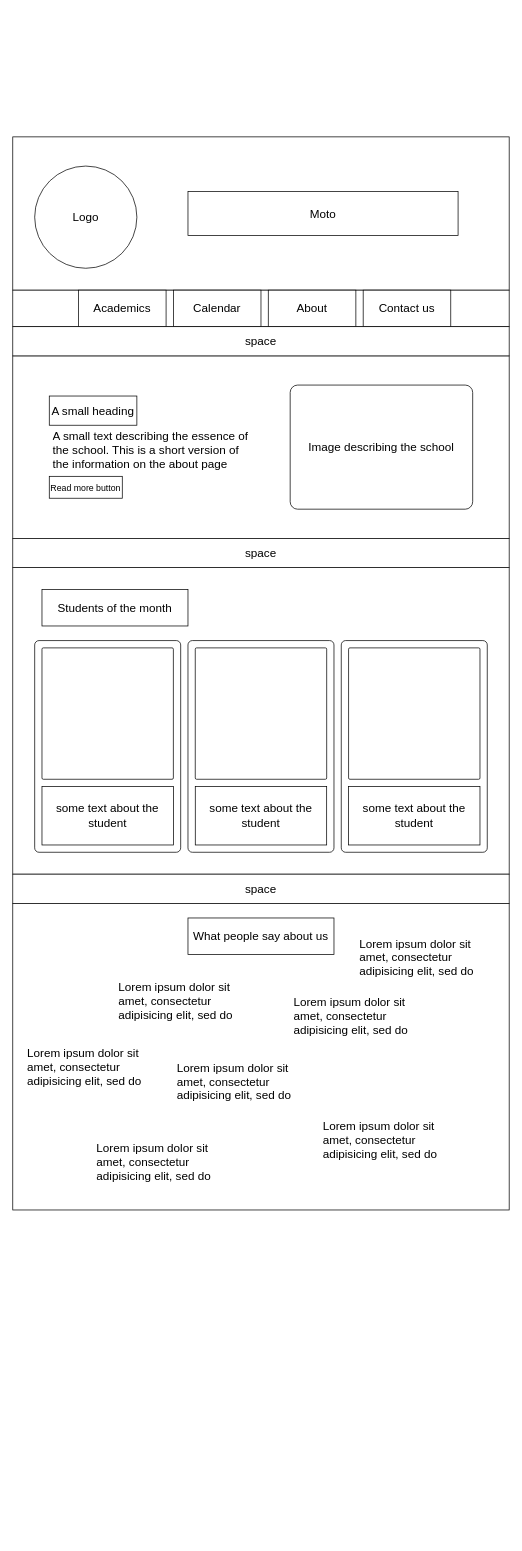
Before: design/homepage_wireframe.drawio in sami-bre/UGR-0848-13, a draw.io diagram. Source tidied: cells renumbered, new cells numbered last; positions are measured from the earlier drawing's top-left corner, leaving out a move shared by most shapes. Both pictures are drawn from the tidied source at 73%, with x=0, y=0 at pixel (12, 137).
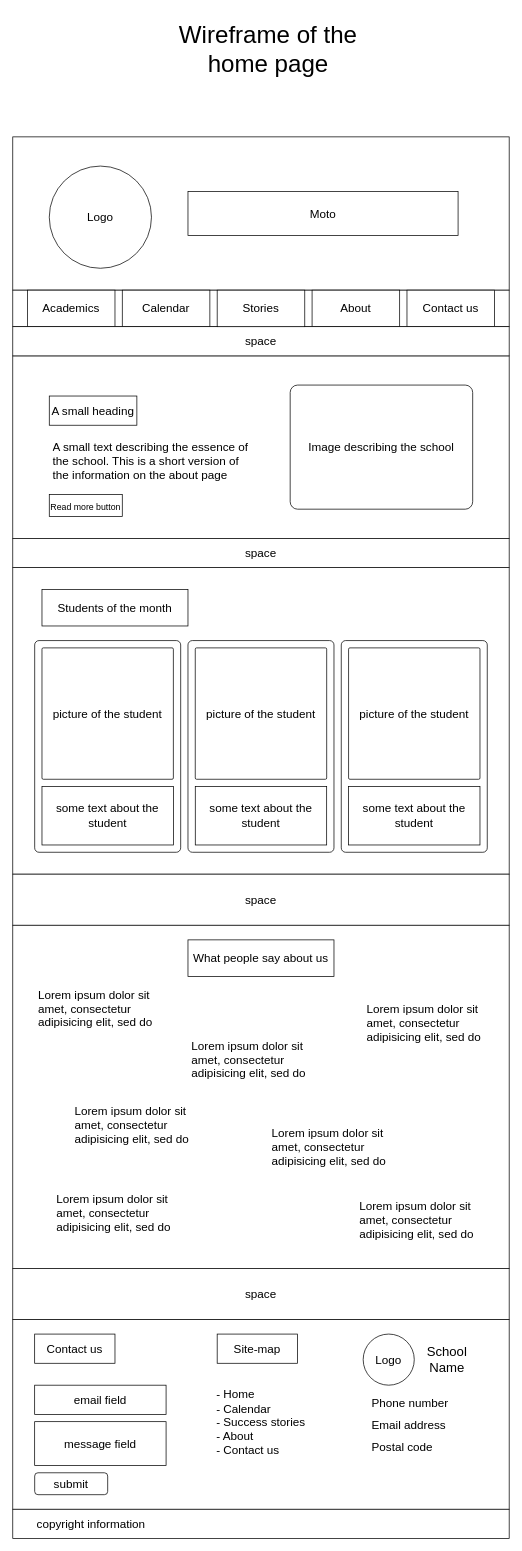
The same page after the edit.

What changed in the source:
```diff
@@
     <mxCell id="3" value="&lt;font style=&quot;font-size: 16px;&quot;&gt;Logo&lt;/font&gt;" style="ellipse;whiteSpace=wrap;html=1;" parent="1" vertex="1">
-      <mxGeometry x="30" y="40" width="140" height="140" as="geometry" />
+      <mxGeometry x="50" y="40" width="140" height="140" as="geometry" />
     </mxCell>
@@
     <mxCell id="6" value="Academics" style="rounded=0;whiteSpace=wrap;html=1;fontSize=16;" parent="1" vertex="1">
-      <mxGeometry x="90" y="210" width="120" height="50" as="geometry" />
+      <mxGeometry x="20" y="210" width="120" height="50" as="geometry" />
     </mxCell>
     <mxCell id="7" value="Calendar" style="rounded=0;whiteSpace=wrap;html=1;fontSize=16;" parent="1" vertex="1">
-      <mxGeometry x="220" y="210" width="120" height="50" as="geometry" />
+      <mxGeometry x="150" y="210" width="120" height="50" as="geometry" />
     </mxCell>
     <mxCell id="8" value="About" style="rounded=0;whiteSpace=wrap;html=1;fontSize=16;" parent="1" vertex="1">
-      <mxGeometry x="350" y="210" width="120" height="50" as="geometry" />
+      <mxGeometry x="410" y="210" width="120" height="50" as="geometry" />
     </mxCell>
     <mxCell id="9" value="Contact us" style="rounded=0;whiteSpace=wrap;html=1;fontSize=16;" parent="1" vertex="1">
-      <mxGeometry x="480" y="210" width="120" height="50" as="geometry" />
+      <mxGeometry x="540" y="210" width="120" height="50" as="geometry" />
     </mxCell>
@@
     <mxCell id="13" value="&lt;p&gt;A small text describing the essence of the school. This is a short version of the information on the about page&lt;br&gt;&lt;/p&gt;" style="text;html=1;strokeColor=none;fillColor=none;spacing=5;spacingTop=-20;whiteSpace=wrap;overflow=hidden;rounded=0;fontSize=16;" parent="1" vertex="1">
-      <mxGeometry x="50" y="395" width="280" height="70" as="geometry" />
+      <mxGeometry x="50" y="410" width="280" height="70" as="geometry" />
     </mxCell>
@@
     <mxCell id="15" value="&lt;font style=&quot;font-size: 12px;&quot;&gt;Read more button&lt;/font&gt;" style="rounded=0;whiteSpace=wrap;html=1;fontSize=16;" parent="1" vertex="1">
-      <mxGeometry x="50" y="465" width="100" height="30" as="geometry" />
+      <mxGeometry x="50" y="490" width="100" height="30" as="geometry" />
     </mxCell>
@@
-    <mxCell id="20" style="rounded=1;whiteSpace=wrap;html=1;fontSize=16;arcSize=1;" parent="1" vertex="1">
+    <mxCell id="20" value="picture of the student" style="rounded=1;whiteSpace=wrap;html=1;fontSize=16;arcSize=1;" parent="1" vertex="1">
       <mxGeometry x="40" y="700" width="180" height="180" as="geometry" />
     </mxCell>
@@
-    <mxCell id="23" style="rounded=1;whiteSpace=wrap;html=1;fontSize=16;arcSize=1;" parent="1" vertex="1">
+    <mxCell id="23" value="picture of the student" style="rounded=1;whiteSpace=wrap;html=1;fontSize=16;arcSize=1;" parent="1" vertex="1">
       <mxGeometry x="250" y="700" width="180" height="180" as="geometry" />
     </mxCell>
@@
-    <mxCell id="26" style="rounded=1;whiteSpace=wrap;html=1;fontSize=16;arcSize=1;" parent="1" vertex="1">
+    <mxCell id="26" value="picture of the student" style="rounded=1;whiteSpace=wrap;html=1;fontSize=16;arcSize=1;" parent="1" vertex="1">
       <mxGeometry x="460" y="700" width="180" height="180" as="geometry" />
     </mxCell>
@@
     <mxCell id="28" value="space" style="rounded=0;whiteSpace=wrap;html=1;fontSize=16;" parent="1" vertex="1">
-      <mxGeometry y="1010" width="680" height="40" as="geometry" />
+      <mxGeometry y="1010" width="680" height="70" as="geometry" />
     </mxCell>
     <mxCell id="29" style="rounded=0;whiteSpace=wrap;html=1;fontSize=12;" parent="1" vertex="1">
-      <mxGeometry y="1050" width="680" height="420" as="geometry" />
+      <mxGeometry y="1080" width="680" height="470" as="geometry" />
     </mxCell>
     <mxCell id="30" value="&lt;font style=&quot;font-size: 16px;&quot;&gt;What people say about us&lt;/font&gt;" style="rounded=0;whiteSpace=wrap;html=1;fontSize=12;" parent="1" vertex="1">
-      <mxGeometry x="240" y="1070" width="200" height="50" as="geometry" />
+      <mxGeometry x="240" y="1100" width="200" height="50" as="geometry" />
     </mxCell>
     <mxCell id="31" value="&lt;p&gt;Lorem ipsum dolor sit amet, consectetur adipisicing elit, sed do &lt;br&gt;&lt;/p&gt;" style="text;html=1;strokeColor=none;fillColor=none;spacing=5;spacingTop=-20;whiteSpace=wrap;overflow=hidden;rounded=0;fontSize=16;" parent="1" vertex="1">
-      <mxGeometry x="140" y="1150" width="190" height="70" as="geometry" />
+      <mxGeometry x="30" y="1160" width="190" height="70" as="geometry" />
     </mxCell>
     <mxCell id="32" value="&lt;p&gt;Lorem ipsum dolor sit amet, consectetur adipisicing elit, sed do &lt;br&gt;&lt;/p&gt;" style="text;html=1;strokeColor=none;fillColor=none;spacing=5;spacingTop=-20;whiteSpace=wrap;overflow=hidden;rounded=0;fontSize=16;" parent="1" vertex="1">
-      <mxGeometry x="220" y="1260" width="190" height="70" as="geometry" />
+      <mxGeometry x="470" y="1450" width="190" height="70" as="geometry" />
     </mxCell>
     <mxCell id="33" value="&lt;p&gt;Lorem ipsum dolor sit amet, consectetur adipisicing elit, sed do &lt;br&gt;&lt;/p&gt;" style="text;html=1;strokeColor=none;fillColor=none;spacing=5;spacingTop=-20;whiteSpace=wrap;overflow=hidden;rounded=0;fontSize=16;" parent="1" vertex="1">
-      <mxGeometry x="15" y="1240" width="190" height="70" as="geometry" />
+      <mxGeometry x="240" y="1230" width="190" height="70" as="geometry" />
     </mxCell>
-    <mxCell id="34" value="&lt;p&gt;Lorem ipsum dolor sit amet, consectetur adipisicing elit, sed do &lt;br&gt;&lt;/p&gt;" style="text;html=1;strokeColor=none;fillColor=none;spacing=5;spacingTop=-20;whiteSpace=wrap;overflow=hidden;rounded=0;fontSize=16;" parent="1" vertex="1">
-      <mxGeometry x="420" y="1340" width="190" height="70" as="geometry" />
-    </mxCell>
     <mxCell id="35" value="&lt;p&gt;Lorem ipsum dolor sit amet, consectetur adipisicing elit, sed do &lt;br&gt;&lt;/p&gt;" style="text;html=1;strokeColor=none;fillColor=none;spacing=5;spacingTop=-20;whiteSpace=wrap;overflow=hidden;rounded=0;fontSize=16;" parent="1" vertex="1">
-      <mxGeometry x="110" y="1370" width="190" height="70" as="geometry" />
+      <mxGeometry x="55" y="1440" width="190" height="70" as="geometry" />
     </mxCell>
     <mxCell id="36" value="&lt;p&gt;Lorem ipsum dolor sit amet, consectetur adipisicing elit, sed do &lt;br&gt;&lt;/p&gt;" style="text;html=1;strokeColor=none;fillColor=none;spacing=5;spacingTop=-20;whiteSpace=wrap;overflow=hidden;rounded=0;fontSize=16;" parent="1" vertex="1">
-      <mxGeometry x="470" y="1090" width="190" height="70" as="geometry" />
+      <mxGeometry x="480" y="1180" width="190" height="70" as="geometry" />
     </mxCell>
     <mxCell id="37" value="&lt;p&gt;Lorem ipsum dolor sit amet, consectetur adipisicing elit, sed do &lt;br&gt;&lt;/p&gt;" style="text;html=1;strokeColor=none;fillColor=none;spacing=5;spacingTop=-20;whiteSpace=wrap;overflow=hidden;rounded=0;fontSize=16;" parent="1" vertex="1">
-      <mxGeometry x="380" y="1170" width="190" height="70" as="geometry" />
+      <mxGeometry x="350" y="1350" width="190" height="70" as="geometry" />
     </mxCell>
+    <mxCell id="34" value="&lt;p&gt;Lorem ipsum dolor sit amet, consectetur adipisicing elit, sed do &lt;br&gt;&lt;/p&gt;" style="text;html=1;strokeColor=none;fillColor=none;spacing=5;spacingTop=-20;whiteSpace=wrap;overflow=hidden;rounded=0;fontSize=16;" parent="1" vertex="1">
+      <mxGeometry x="80" y="1320" width="190" height="70" as="geometry" />
+    </mxCell>
+    <mxCell id="38" value="space" style="rounded=0;whiteSpace=wrap;html=1;fontSize=16;" parent="1" vertex="1">
+      <mxGeometry y="1550" width="680" height="70" as="geometry" />
+    </mxCell>
+    <mxCell id="39" style="rounded=0;whiteSpace=wrap;html=1;fontSize=16;" parent="1" vertex="1">
+      <mxGeometry y="1620" width="680" height="260" as="geometry" />
+    </mxCell>
+    <mxCell id="40" value="Contact us" style="rounded=0;whiteSpace=wrap;html=1;fontSize=16;" parent="1" vertex="1">
+      <mxGeometry x="30" y="1640" width="110" height="40" as="geometry" />
+    </mxCell>
+    <mxCell id="41" value="email field" style="rounded=0;whiteSpace=wrap;html=1;fontSize=16;" parent="1" vertex="1">
+      <mxGeometry x="30" y="1710" width="180" height="40" as="geometry" />
+    </mxCell>
+    <mxCell id="42" value="message field" style="rounded=0;whiteSpace=wrap;html=1;fontSize=16;" parent="1" vertex="1">
+      <mxGeometry x="30" y="1760" width="180" height="60" as="geometry" />
+    </mxCell>
+    <mxCell id="43" value="submit" style="rounded=1;whiteSpace=wrap;html=1;fontSize=16;" parent="1" vertex="1">
+      <mxGeometry x="30" y="1830" width="100" height="30" as="geometry" />
+    </mxCell>
+    <mxCell id="44" value="Site-map" style="rounded=0;whiteSpace=wrap;html=1;fontSize=16;" parent="1" vertex="1">
+      <mxGeometry x="280" y="1640" width="110" height="40" as="geometry" />
+    </mxCell>
+    <mxCell id="45" value="&lt;div align=&quot;left&quot;&gt;- Home&lt;/div&gt;&lt;div align=&quot;left&quot;&gt;- Calendar&lt;/div&gt;&lt;div align=&quot;left&quot;&gt;- Success stories&lt;br&gt;&lt;/div&gt;&lt;div align=&quot;left&quot;&gt;- About&lt;/div&gt;&lt;div align=&quot;left&quot;&gt;- Contact us&lt;/div&gt;&lt;div&gt;&lt;br&gt;&lt;/div&gt;&lt;div&gt;&lt;br&gt;&lt;/div&gt;" style="text;html=1;strokeColor=none;fillColor=none;align=center;verticalAlign=middle;whiteSpace=wrap;rounded=0;fontSize=16;" parent="1" vertex="1">
+      <mxGeometry x="270" y="1710" width="140" height="140" as="geometry" />
+    </mxCell>
+    <mxCell id="46" value="Logo" style="ellipse;whiteSpace=wrap;html=1;fontSize=16;" parent="1" vertex="1">
+      <mxGeometry x="480" y="1640" width="70" height="70" as="geometry" />
+    </mxCell>
+    <mxCell id="47" value="&lt;font style=&quot;font-size: 18px;&quot;&gt;School Name&lt;/font&gt;" style="text;html=1;strokeColor=none;fillColor=none;align=center;verticalAlign=middle;whiteSpace=wrap;rounded=0;fontSize=16;" parent="1" vertex="1">
+      <mxGeometry x="550" y="1645" width="90" height="60" as="geometry" />
+    </mxCell>
+    <mxCell id="48" value="&lt;div align=&quot;left&quot;&gt;&lt;font style=&quot;font-size: 16px;&quot;&gt;Phone number&lt;/font&gt;&lt;/div&gt;" style="text;html=1;strokeColor=none;fillColor=none;align=left;verticalAlign=middle;whiteSpace=wrap;rounded=0;fontSize=18;" parent="1" vertex="1">
+      <mxGeometry x="490" y="1720" width="135" height="30" as="geometry" />
+    </mxCell>
+    <mxCell id="49" value="&lt;div style=&quot;font-size: 16px;&quot; align=&quot;left&quot;&gt;&lt;font style=&quot;font-size: 16px;&quot;&gt;Email address&lt;br&gt;&lt;/font&gt;&lt;/div&gt;" style="text;html=1;strokeColor=none;fillColor=none;align=left;verticalAlign=middle;whiteSpace=wrap;rounded=0;fontSize=18;" parent="1" vertex="1">
+      <mxGeometry x="490" y="1750" width="135" height="30" as="geometry" />
+    </mxCell>
+    <mxCell id="50" value="&lt;font style=&quot;font-size: 16px;&quot;&gt;Postal code&lt;/font&gt;" style="text;html=1;strokeColor=none;fillColor=none;align=left;verticalAlign=middle;whiteSpace=wrap;rounded=0;fontSize=18;" parent="1" vertex="1">
+      <mxGeometry x="490" y="1780" width="135" height="30" as="geometry" />
+    </mxCell>
+    <mxCell id="51" value="&lt;div align=&quot;left&quot;&gt;&amp;nbsp;&amp;nbsp;&amp;nbsp;&amp;nbsp;&amp;nbsp;&amp;nbsp; copyright information&lt;br&gt;&lt;/div&gt;" style="rounded=0;whiteSpace=wrap;html=1;fontSize=16;align=left;" parent="1" vertex="1">
+      <mxGeometry y="1880" width="680" height="40" as="geometry" />
+    </mxCell>
+    <mxCell id="52" value="&lt;font style=&quot;font-size: 33px;&quot;&gt;Wireframe of the home page&lt;/font&gt;" style="text;html=1;strokeColor=none;fillColor=none;align=center;verticalAlign=middle;whiteSpace=wrap;rounded=0;fontSize=16;" parent="1" vertex="1">
+      <mxGeometry x="190" y="-170" width="320" height="100" as="geometry" />
+    </mxCell>
+    <mxCell id="53" value="Stories" style="rounded=0;whiteSpace=wrap;html=1;fontSize=16;" parent="1" vertex="1">
+      <mxGeometry x="280" y="210" width="120" height="50" as="geometry" />
+    </mxCell>
```
